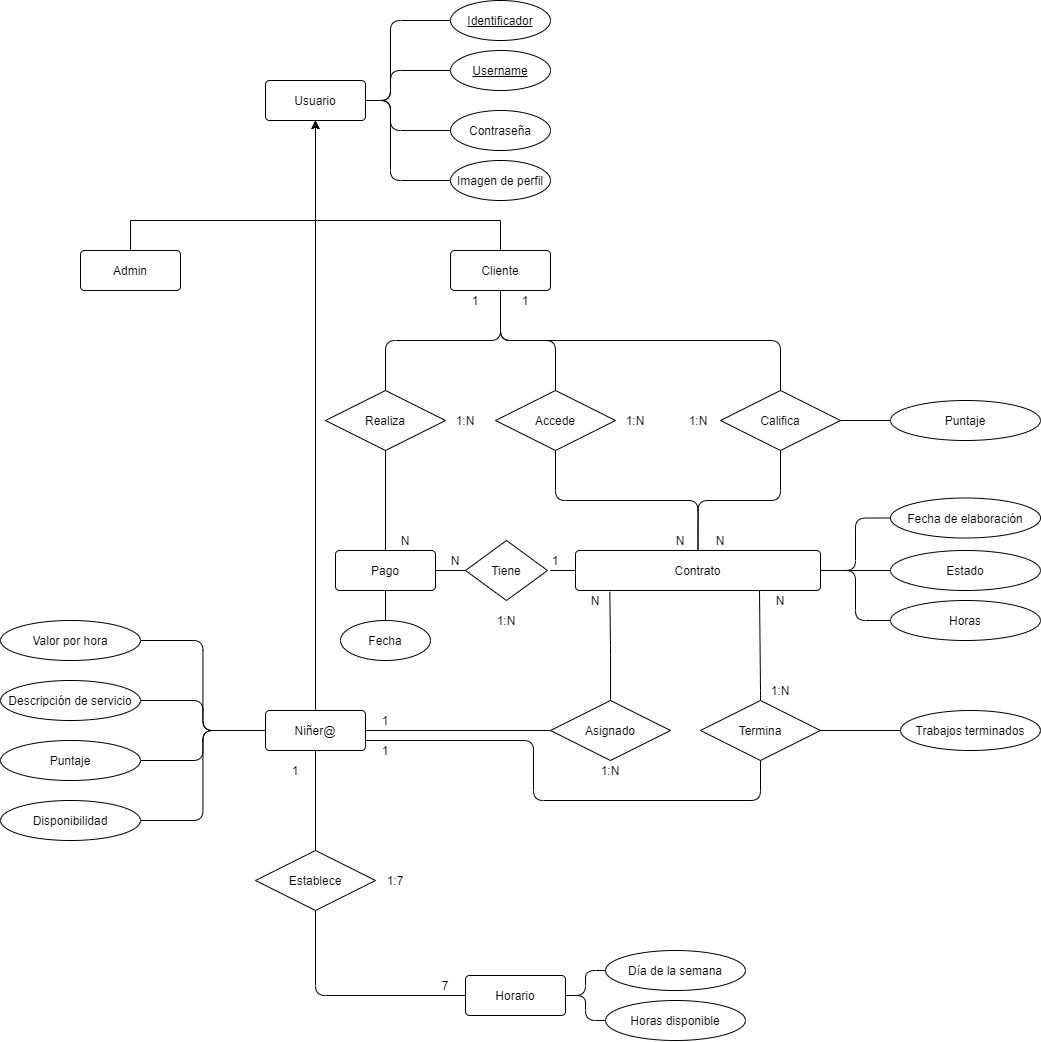
Above: docs/db/modelo-entidad-relacion.png in ezctrlz/Babysitter_PHP_MYSQL (draw.io), before the change. Source tidied: cells renumbered, new cells last; positions are measured from the earlier drawing's top-left corner, leaving out a move shared by most shapes.
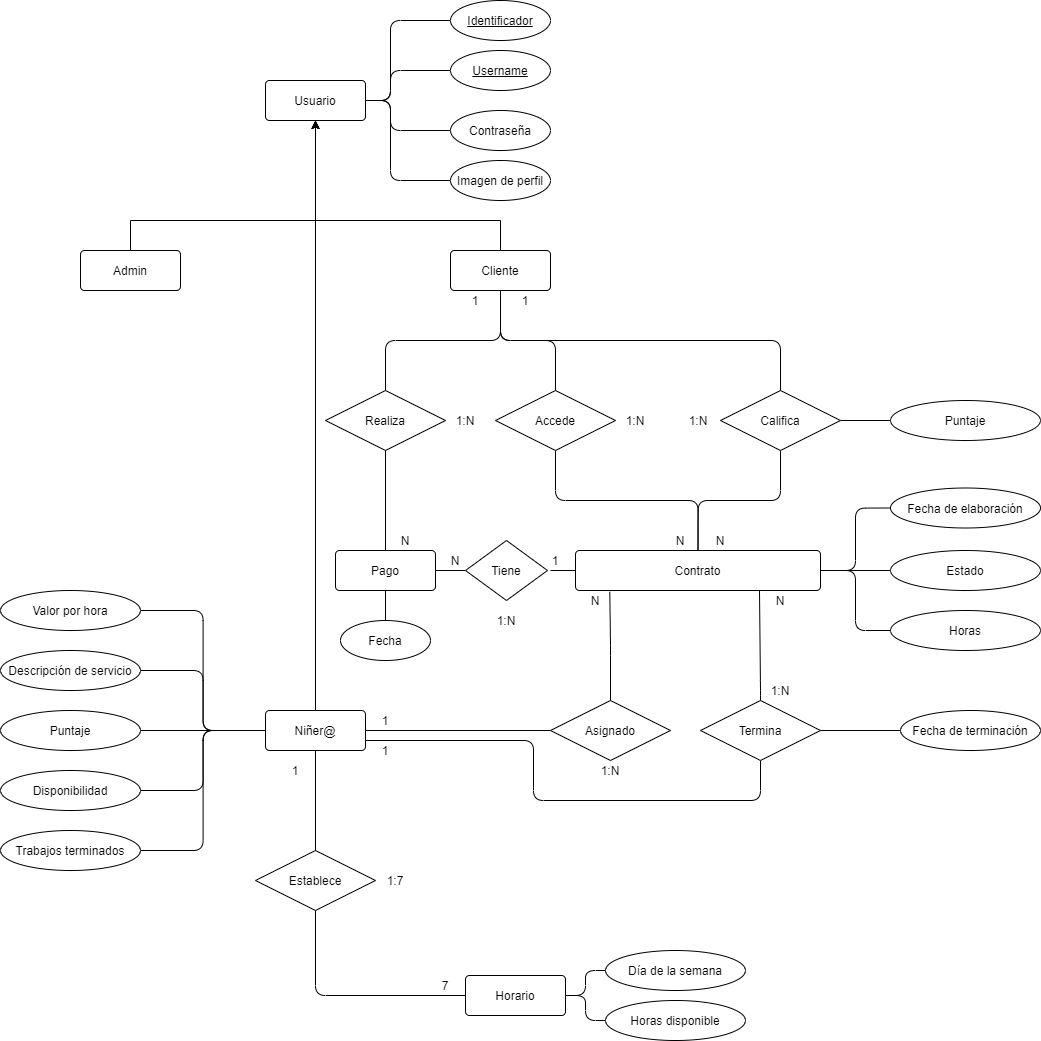
After the change.

Commit message:
Modelo entindad relación 2

The edit, as a diff of the source:
```diff
@@ -34,6 +34,9 @@
         </Array>
       </mxGeometry>
     </mxCell>
+    <mxCell id="85" style="edgeStyle=orthogonalEdgeStyle;rounded=1;jettySize=auto;html=1;exitX=0;exitY=0.5;exitDx=0;exitDy=0;entryX=1;entryY=0.5;entryDx=0;entryDy=0;startArrow=none;startFill=0;endArrow=none;endFill=0;" parent="1" edge="1" source="9" target="86">
+      <mxGeometry relative="1" as="geometry" />
+    </mxCell>
     <mxCell id="9" value="Niñer@" style="rounded=1;arcSize=10;whiteSpace=wrap;html=1;align=center;" parent="1" vertex="1">
       <mxGeometry x="265" y="710" width="100" height="40" as="geometry" />
     </mxCell>
@@ -102,31 +105,31 @@
       <mxGeometry relative="1" as="geometry" />
     </mxCell>
     <mxCell id="23" value="Valor por hora" style="ellipse;whiteSpace=wrap;html=1;align=center;" parent="1" vertex="1">
-      <mxGeometry y="620" width="140" height="40" as="geometry" />
+      <mxGeometry y="590" width="140" height="40" as="geometry" />
     </mxCell>
     <mxCell id="24" style="edgeStyle=orthogonalEdgeStyle;rounded=1;jettySize=auto;html=1;entryX=0;entryY=0.5;entryDx=0;entryDy=0;endArrow=none;endFill=0;strokeColor=#000000;" parent="1" edge="1" source="25" target="9">
       <mxGeometry relative="1" as="geometry" />
     </mxCell>
     <mxCell id="25" value="Descripción de servicio" style="ellipse;whiteSpace=wrap;html=1;align=center;" parent="1" vertex="1">
-      <mxGeometry y="680" width="140" height="40" as="geometry" />
+      <mxGeometry y="650" width="140" height="40" as="geometry" />
     </mxCell>
     <mxCell id="26" style="edgeStyle=orthogonalEdgeStyle;rounded=1;jettySize=auto;html=1;entryX=0;entryY=0.5;entryDx=0;entryDy=0;endArrow=none;endFill=0;strokeColor=#000000;" parent="1" edge="1" source="27" target="9">
       <mxGeometry relative="1" as="geometry" />
     </mxCell>
     <mxCell id="27" value="Puntaje" style="ellipse;whiteSpace=wrap;html=1;align=center;" parent="1" vertex="1">
-      <mxGeometry y="740" width="140" height="40" as="geometry" />
+      <mxGeometry y="710" width="140" height="40" as="geometry" />
     </mxCell>
     <mxCell id="28" style="edgeStyle=orthogonalEdgeStyle;rounded=1;jettySize=auto;html=1;exitX=0;exitY=0.5;exitDx=0;exitDy=0;entryX=1;entryY=0.5;entryDx=0;entryDy=0;endArrow=none;endFill=0;" parent="1" edge="1" source="29" target="75">
       <mxGeometry relative="1" as="geometry" />
     </mxCell>
-    <mxCell id="29" value="Trabajos terminados" style="ellipse;whiteSpace=wrap;html=1;align=center;" parent="1" vertex="1">
+    <mxCell id="29" value="Fecha de terminación" style="ellipse;whiteSpace=wrap;html=1;align=center;" parent="1" vertex="1">
       <mxGeometry x="900" y="710" width="140" height="40" as="geometry" />
     </mxCell>
     <mxCell id="30" style="edgeStyle=orthogonalEdgeStyle;rounded=1;jettySize=auto;html=1;exitX=1;exitY=0.5;exitDx=0;exitDy=0;entryX=0;entryY=0.5;entryDx=0;entryDy=0;endArrow=none;endFill=0;strokeColor=#000000;" parent="1" edge="1" source="31" target="9">
       <mxGeometry relative="1" as="geometry" />
     </mxCell>
     <mxCell id="31" value="Disponibilidad" style="ellipse;whiteSpace=wrap;html=1;align=center;" parent="1" vertex="1">
-      <mxGeometry y="800" width="140" height="40" as="geometry" />
+      <mxGeometry y="770" width="140" height="40" as="geometry" />
     </mxCell>
     <mxCell id="32" style="edgeStyle=orthogonalEdgeStyle;rounded=1;jettySize=auto;html=1;exitX=0.5;exitY=1;exitDx=0;exitDy=0;entryX=0;entryY=0.5;entryDx=0;entryDy=0;endArrow=none;endFill=0;strokeColor=#000000;" parent="1" edge="1" source="33" target="35">
       <mxGeometry relative="1" as="geometry" />
@@ -168,7 +171,7 @@
       <mxGeometry x="550" y="700" width="120" height="60" as="geometry" />
     </mxCell>
     <mxCell id="45" value="Fecha de elaboración" style="ellipse;whiteSpace=wrap;html=1;align=center;" parent="1" vertex="1">
-      <mxGeometry x="890" y="497.5" width="150" height="40" as="geometry" />
+      <mxGeometry x="890" y="487.5" width="150" height="40" as="geometry" />
     </mxCell>
     <mxCell id="46" style="edgeStyle=orthogonalEdgeStyle;rounded=1;jettySize=auto;html=1;exitX=0;exitY=0.5;exitDx=0;exitDy=0;endArrow=none;endFill=0;strokeColor=#000000;" parent="1" edge="1" source="50">
       <mxGeometry relative="1" as="geometry">
@@ -254,7 +257,7 @@
       <mxGeometry x="340" y="620" width="90" height="40" as="geometry" />
     </mxCell>
     <mxCell id="73" value="Horas" style="ellipse;whiteSpace=wrap;html=1;align=center;" parent="1" vertex="1">
-      <mxGeometry x="890" y="600" width="150" height="40" as="geometry" />
+      <mxGeometry x="890" y="610" width="150" height="40" as="geometry" />
     </mxCell>
     <mxCell id="74" style="edgeStyle=orthogonalEdgeStyle;rounded=1;jettySize=auto;html=1;exitX=0.5;exitY=0;exitDx=0;exitDy=0;entryX=0.75;entryY=1;entryDx=0;entryDy=0;endArrow=none;endFill=0;" parent="1" edge="1" source="75" target="50">
       <mxGeometry relative="1" as="geometry">
@@ -294,5 +297,8 @@
     <mxCell id="84" value="Puntaje" style="ellipse;whiteSpace=wrap;html=1;align=center;" parent="1" vertex="1">
       <mxGeometry x="890" y="400" width="150" height="40" as="geometry" />
     </mxCell>
+    <mxCell id="86" value="Trabajos terminados" style="ellipse;whiteSpace=wrap;html=1;align=center;" parent="1" vertex="1">
+      <mxGeometry y="830" width="140" height="40" as="geometry" />
+    </mxCell>
   </root>
 </mxGraphModel>
```
